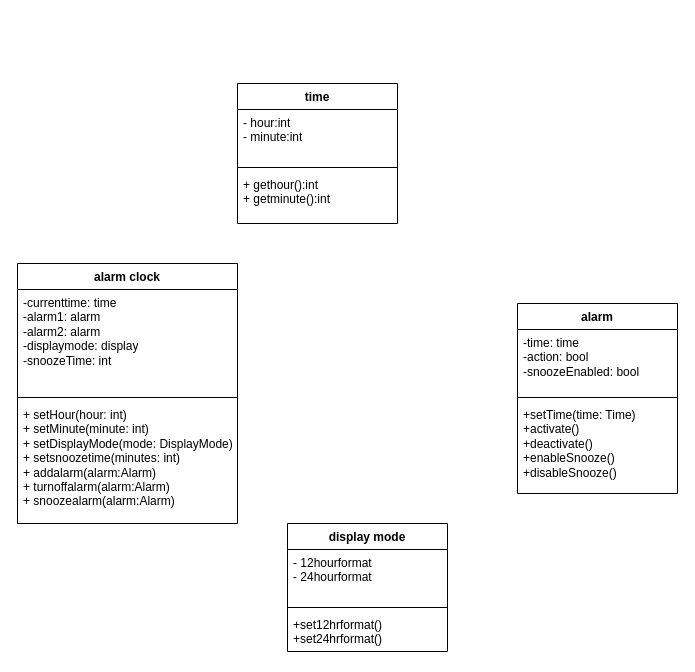
Before: exp51.drawio in tush47/myuml, a draw.io diagram. Source tidied: cells renumbered, new cells numbered last; positions are measured from the earlier drawing's top-left corner, leaving out a move shared by most shapes. Both pictures are drawn from the tidied source at 100%, with x=0, y=0 at pixel (17, 83).
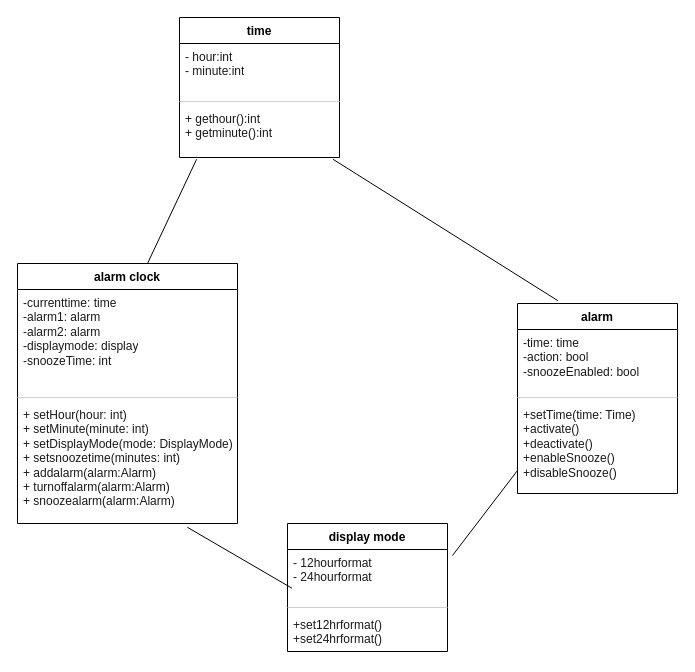
After the change.

What changed in the source:
```diff
@@
-    <mxCell id="2" value="alarm clock" style="swimlane;fontStyle=1;align=center;verticalAlign=top;horizontal=1;startSize=26;whiteSpace=wrap;html=1;" parent="1" vertex="1">
+    <mxCell id="2" value="alarm clock" style="swimlane;fontStyle=1;align=center;verticalAlign=top;horizontal=1;startSize=26;whiteSpace=wrap;html=1;rounded=0;labelBackgroundColor=none;" parent="1" vertex="1">
       <mxGeometry y="180" width="220" height="260" as="geometry" />
     </mxCell>
-    <mxCell id="3" value="-currenttime: time&lt;br&gt;-alarm1: alarm&lt;br&gt;-alarm2: alarm&lt;br&gt;-displaymode: display&lt;br&gt;-snoozeTime: int" style="text;strokeColor=none;fillColor=none;align=left;verticalAlign=top;spacingLeft=4;spacingRight=4;overflow=hidden;whiteSpace=wrap;html=1;" parent="2" vertex="1">
+    <mxCell id="3" value="-currenttime: time&lt;br&gt;-alarm1: alarm&lt;br&gt;-alarm2: alarm&lt;br&gt;-displaymode: display&lt;br&gt;-snoozeTime: int" style="text;strokeColor=none;fillColor=none;align=left;verticalAlign=top;spacingLeft=4;spacingRight=4;overflow=hidden;whiteSpace=wrap;html=1;rounded=0;labelBackgroundColor=none;fontColor=#1A1A1A;" parent="2" vertex="1">
       <mxGeometry y="26" width="220" height="104" as="geometry" />
     </mxCell>
-    <mxCell id="4" style="line;strokeWidth=1;fillColor=none;align=left;verticalAlign=middle;spacingTop=-1;spacingLeft=3;spacingRight=3;labelPosition=right;strokeColor=inherit;" parent="2" vertex="1">
+    <mxCell id="4" style="line;strokeWidth=1;fillColor=none;align=left;verticalAlign=middle;spacingTop=-1;spacingLeft=3;spacingRight=3;labelPosition=right;strokeColor=#D0CEE2;rounded=0;labelBackgroundColor=none;fontColor=#1A1A1A;" parent="2" vertex="1">
       <mxGeometry y="130" width="220" height="8" as="geometry" />
     </mxCell>
-    <mxCell id="5" value="+ setHour(hour: int)&lt;br&gt;+ setMinute(minute: int)&lt;br&gt;+ setDisplayMode(mode: DisplayMode)&lt;br&gt;+ setsnoozetime(minutes: int)&lt;br&gt;+ addalarm(alarm:Alarm)&lt;br&gt;+ turnoffalarm(alarm:Alarm)&lt;br&gt;+ snoozealarm(alarm:Alarm)" style="text;strokeColor=none;fillColor=none;align=left;verticalAlign=top;spacingLeft=4;spacingRight=4;overflow=hidden;points=[[0,0.5],[1,0.5]];portConstraint=eastwest;whiteSpace=wrap;html=1;" parent="2" vertex="1">
+    <mxCell id="5" value="+ setHour(hour: int)&lt;br&gt;+ setMinute(minute: int)&lt;br&gt;+ setDisplayMode(mode: DisplayMode)&lt;br&gt;+ setsnoozetime(minutes: int)&lt;br&gt;+ addalarm(alarm:Alarm)&lt;br&gt;+ turnoffalarm(alarm:Alarm)&lt;br&gt;+ snoozealarm(alarm:Alarm)" style="text;strokeColor=none;fillColor=none;align=left;verticalAlign=top;spacingLeft=4;spacingRight=4;overflow=hidden;points=[[0,0.5],[1,0.5]];portConstraint=eastwest;whiteSpace=wrap;html=1;rounded=0;labelBackgroundColor=none;fontColor=#1A1A1A;" parent="2" vertex="1">
       <mxGeometry y="138" width="220" height="122" as="geometry" />
     </mxCell>
-    <mxCell id="6" value="time" style="swimlane;fontStyle=1;align=center;verticalAlign=top;horizontal=1;startSize=26;whiteSpace=wrap;html=1;" parent="1" vertex="1">
-      <mxGeometry x="220" width="160" height="140" as="geometry" />
+    <mxCell id="6" value="time" style="swimlane;fontStyle=1;align=center;verticalAlign=top;horizontal=1;startSize=26;whiteSpace=wrap;html=1;rounded=0;labelBackgroundColor=none;" parent="1" vertex="1">
+      <mxGeometry x="162" y="-66" width="160" height="140" as="geometry" />
     </mxCell>
-    <mxCell id="7" value="- hour:int&lt;br&gt;- minute:int" style="text;strokeColor=none;fillColor=none;align=left;verticalAlign=top;spacingLeft=4;spacingRight=4;overflow=hidden;whiteSpace=wrap;html=1;" parent="6" vertex="1">
+    <mxCell id="7" value="- hour:int&lt;br&gt;- minute:int" style="text;strokeColor=none;fillColor=none;align=left;verticalAlign=top;spacingLeft=4;spacingRight=4;overflow=hidden;whiteSpace=wrap;html=1;rounded=0;labelBackgroundColor=none;fontColor=#1A1A1A;" parent="6" vertex="1">
       <mxGeometry y="26" width="160" height="54" as="geometry" />
     </mxCell>
-    <mxCell id="8" style="line;strokeWidth=1;fillColor=none;align=left;verticalAlign=middle;spacingTop=-1;spacingLeft=3;spacingRight=3;labelPosition=right;strokeColor=inherit;" parent="6" vertex="1">
+    <mxCell id="8" style="line;strokeWidth=1;fillColor=none;align=left;verticalAlign=middle;spacingTop=-1;spacingLeft=3;spacingRight=3;labelPosition=right;strokeColor=#D0CEE2;rounded=0;labelBackgroundColor=none;fontColor=#1A1A1A;" parent="6" vertex="1">
       <mxGeometry y="80" width="160" height="8" as="geometry" />
     </mxCell>
-    <mxCell id="9" value="+ gethour():int&lt;br&gt;+ getminute():int" style="text;strokeColor=none;fillColor=none;align=left;verticalAlign=top;spacingLeft=4;spacingRight=4;overflow=hidden;points=[[0,0.5],[1,0.5]];portConstraint=eastwest;whiteSpace=wrap;html=1;" parent="6" vertex="1">
+    <mxCell id="9" value="+ gethour():int&lt;br&gt;+ getminute():int" style="text;strokeColor=none;fillColor=none;align=left;verticalAlign=top;spacingLeft=4;spacingRight=4;overflow=hidden;points=[[0,0.5],[1,0.5]];portConstraint=eastwest;whiteSpace=wrap;html=1;rounded=0;labelBackgroundColor=none;fontColor=#1A1A1A;" parent="6" vertex="1">
       <mxGeometry y="88" width="160" height="52" as="geometry" />
     </mxCell>
-    <mxCell id="10" value="alarm" style="swimlane;fontStyle=1;align=center;verticalAlign=top;horizontal=1;startSize=26;whiteSpace=wrap;html=1;" parent="1" vertex="1">
+    <mxCell id="10" value="alarm" style="swimlane;fontStyle=1;align=center;verticalAlign=top;horizontal=1;startSize=26;whiteSpace=wrap;html=1;rounded=0;labelBackgroundColor=none;" parent="1" vertex="1">
       <mxGeometry x="500" y="220" width="160" height="190" as="geometry" />
     </mxCell>
-    <mxCell id="11" value="-time: time&lt;br&gt;-action: bool&lt;br&gt;-snoozeEnabled: bool" style="text;strokeColor=none;fillColor=none;align=left;verticalAlign=top;spacingLeft=4;spacingRight=4;overflow=hidden;whiteSpace=wrap;html=1;" parent="10" vertex="1">
+    <mxCell id="11" value="-time: time&lt;br&gt;-action: bool&lt;br&gt;-snoozeEnabled: bool" style="text;strokeColor=none;fillColor=none;align=left;verticalAlign=top;spacingLeft=4;spacingRight=4;overflow=hidden;whiteSpace=wrap;html=1;rounded=0;labelBackgroundColor=none;fontColor=#1A1A1A;" parent="10" vertex="1">
       <mxGeometry y="26" width="160" height="64" as="geometry" />
     </mxCell>
-    <mxCell id="12" style="line;strokeWidth=1;fillColor=none;align=left;verticalAlign=middle;spacingTop=-1;spacingLeft=3;spacingRight=3;labelPosition=right;strokeColor=inherit;" parent="10" vertex="1">
+    <mxCell id="12" style="line;strokeWidth=1;fillColor=none;align=left;verticalAlign=middle;spacingTop=-1;spacingLeft=3;spacingRight=3;labelPosition=right;strokeColor=#D0CEE2;rounded=0;labelBackgroundColor=none;fontColor=#1A1A1A;" parent="10" vertex="1">
       <mxGeometry y="90" width="160" height="8" as="geometry" />
     </mxCell>
-    <mxCell id="13" value="+setTime(time: Time)&lt;br&gt;+activate()&lt;br&gt;+deactivate()&lt;br&gt;+enableSnooze()&lt;br&gt;+disableSnooze()&lt;br&gt;&amp;nbsp;" style="text;strokeColor=none;fillColor=none;align=left;verticalAlign=top;spacingLeft=4;spacingRight=4;overflow=hidden;whiteSpace=wrap;html=1;" parent="10" vertex="1">
+    <mxCell id="13" value="+setTime(time: Time)&lt;br&gt;+activate()&lt;br&gt;+deactivate()&lt;br&gt;+enableSnooze()&lt;br&gt;+disableSnooze()&lt;br&gt;&amp;nbsp;" style="text;strokeColor=none;fillColor=none;align=left;verticalAlign=top;spacingLeft=4;spacingRight=4;overflow=hidden;whiteSpace=wrap;html=1;rounded=0;labelBackgroundColor=none;fontColor=#1A1A1A;" parent="10" vertex="1">
       <mxGeometry y="98" width="160" height="92" as="geometry" />
     </mxCell>
-    <mxCell id="14" value="display mode" style="swimlane;fontStyle=1;align=center;verticalAlign=top;horizontal=1;startSize=26;whiteSpace=wrap;html=1;" parent="1" vertex="1">
+    <mxCell id="14" value="display mode" style="swimlane;fontStyle=1;align=center;verticalAlign=top;horizontal=1;startSize=26;whiteSpace=wrap;html=1;rounded=0;labelBackgroundColor=none;" parent="1" vertex="1">
       <mxGeometry x="270" y="440" width="160" height="128" as="geometry" />
     </mxCell>
-    <mxCell id="15" value="- 12hourformat&lt;br&gt;- 24hourformat" style="text;strokeColor=none;fillColor=none;align=left;verticalAlign=top;spacingLeft=4;spacingRight=4;overflow=hidden;points=[[0,0.5],[1,0.5]];portConstraint=eastwest;whiteSpace=wrap;html=1;" parent="14" vertex="1">
+    <mxCell id="15" value="- 12hourformat&lt;br&gt;- 24hourformat" style="text;strokeColor=none;fillColor=none;align=left;verticalAlign=top;spacingLeft=4;spacingRight=4;overflow=hidden;points=[[0,0.5],[1,0.5]];portConstraint=eastwest;whiteSpace=wrap;html=1;rounded=0;labelBackgroundColor=none;fontColor=#1A1A1A;" parent="14" vertex="1">
       <mxGeometry y="26" width="160" height="54" as="geometry" />
     </mxCell>
-    <mxCell id="16" style="line;strokeWidth=1;fillColor=none;align=left;verticalAlign=middle;spacingTop=-1;spacingLeft=3;spacingRight=3;labelPosition=right;strokeColor=inherit;" parent="14" vertex="1">
+    <mxCell id="16" style="line;strokeWidth=1;fillColor=none;align=left;verticalAlign=middle;spacingTop=-1;spacingLeft=3;spacingRight=3;labelPosition=right;strokeColor=#D0CEE2;rounded=0;labelBackgroundColor=none;fontColor=#1A1A1A;" parent="14" vertex="1">
       <mxGeometry y="80" width="160" height="8" as="geometry" />
     </mxCell>
-    <mxCell id="17" value="+set12hrformat()&lt;br&gt;+set24hrformat()" style="text;strokeColor=none;fillColor=none;align=left;verticalAlign=top;spacingLeft=4;spacingRight=4;overflow=hidden;whiteSpace=wrap;html=1;" parent="14" vertex="1">
+    <mxCell id="17" value="+set12hrformat()&lt;br&gt;+set24hrformat()" style="text;strokeColor=none;fillColor=none;align=left;verticalAlign=top;spacingLeft=4;spacingRight=4;overflow=hidden;whiteSpace=wrap;html=1;rounded=0;labelBackgroundColor=none;fontColor=#1A1A1A;" parent="14" vertex="1">
       <mxGeometry y="88" width="160" height="40" as="geometry" />
     </mxCell>
+    <mxCell id="18" style="endArrow=none;html=1;rounded=0;exitX=0.772;exitY=1.031;exitDx=0;exitDy=0;exitPerimeter=0;entryX=0.028;entryY=0.717;entryDx=0;entryDy=0;entryPerimeter=0;" parent="1" edge="1" source="5" target="15">
+      <mxGeometry relative="1" as="geometry" />
+    </mxCell>
+    <mxCell id="19" style="endArrow=none;html=1;rounded=0;" parent="1" edge="1">
+      <mxGeometry relative="1" as="geometry">
+        <mxPoint x="435" y="472" as="sourcePoint" />
+        <mxPoint x="500" y="387" as="targetPoint" />
+      </mxGeometry>
+    </mxCell>
+    <mxCell id="20" style="endArrow=none;html=1;rounded=0;entryX=0.107;entryY=1.033;entryDx=0;entryDy=0;entryPerimeter=0;" parent="1" edge="1" target="9">
+      <mxGeometry relative="1" as="geometry">
+        <mxPoint x="130" y="180" as="sourcePoint" />
+      </mxGeometry>
+    </mxCell>
+    <mxCell id="21" style="endArrow=none;html=1;rounded=0;exitX=0.959;exitY=1.033;exitDx=0;exitDy=0;exitPerimeter=0;entryX=0.252;entryY=-0.015;entryDx=0;entryDy=0;entryPerimeter=0;" parent="1" edge="1" source="9" target="10">
+      <mxGeometry relative="1" as="geometry" />
+    </mxCell>
```
